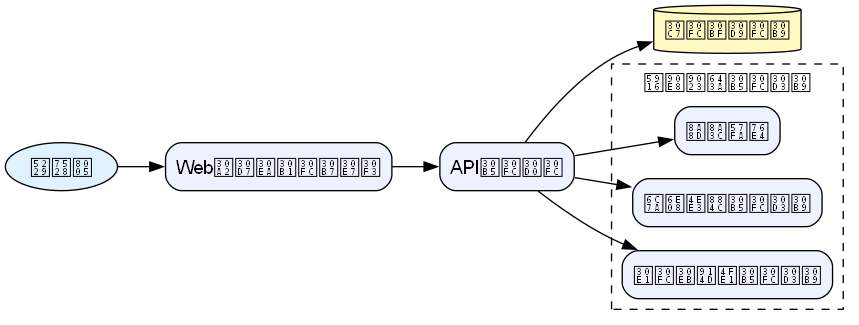
Earlier version of the Graphviz export docs/06-project-phase-diagrams/examples/01-system-architecture.png (duwenji/diagram-as-code-tutorial). Its source is kept beside it as docs/06-project-phase-diagrams/examples/01-system-architecture.dot. Its diagram source:
```dot
digraph SystemArchitecture {
  rankdir=LR;
  node [shape=box, style="rounded,filled", fillcolor="#eef2ff", fontname="Helvetica"];

  User [shape=ellipse, label="利用者", fillcolor="#e0f2fe"];
  WebApp [label="Webアプリケーション"];
  API [label="APIサーバー"];
  DB [shape=cylinder, label="データベース", fillcolor="#fef9c3"];

  subgraph cluster_external {
    label="外部連携サービス";
    style=dashed;
    Mail [label="メール配信サービス"];
    Payment [label="決済代行サービス"];
    Auth [label="認証基盤"];
  }

  User -> WebApp;
  WebApp -> API;
  API -> DB;
  API -> Mail;
  API -> Payment;
  API -> Auth;
}
```
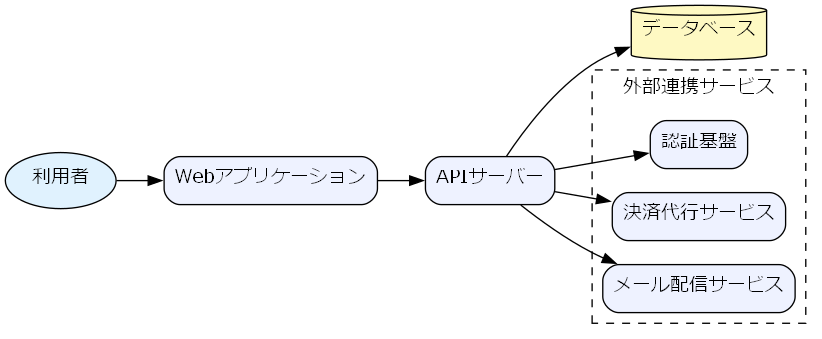
Above is the later version.

Change to the diagram source:
```diff
@@ -1,6 +1,7 @@
 digraph SystemArchitecture {
   rankdir=LR;
-  node [shape=box, style="rounded,filled", fillcolor="#eef2ff", fontname="Helvetica"];
+  fontname="Meiryo";
+  node [shape=box, style="rounded,filled", fillcolor="#eef2ff", fontname="Meiryo"];
 
   User [shape=ellipse, label="利用者", fillcolor="#e0f2fe"];
   WebApp [label="Webアプリケーション"];
```
